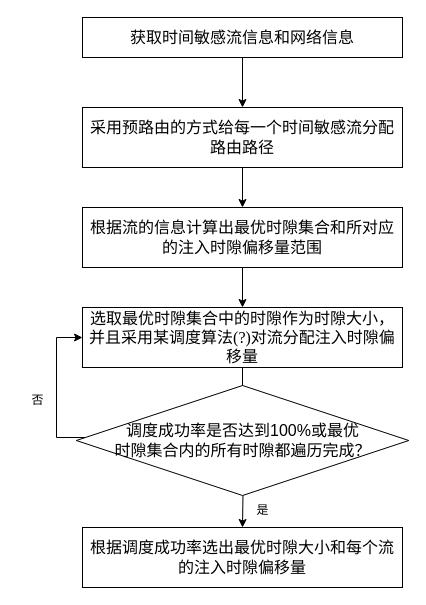
Earlier version of the draw.io diagram 专利.drawio (AliChen0731/First). Source tidied: cells renumbered, new cells numbered last; positions are measured from the earlier drawing's top-left corner, leaving out a move shared by most shapes. Both pictures are drawn from the tidied source at 100%, with x=0, y=0 at pixel (17, 17).
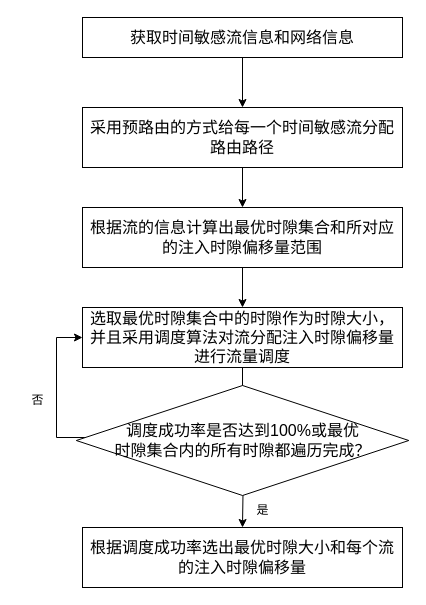
The same page after the edit.

Diff of the diagram source:
```diff
@@
 <mxGraphModel>
   <root>
     <mxCell id="0" />
     <mxCell id="1" parent="0" />
     <mxCell id="2" style="edgeStyle=orthogonalEdgeStyle;rounded=0;jettySize=auto;html=1;" parent="1" edge="1" source="3" target="5">
       <mxGeometry relative="1" as="geometry" />
     </mxCell>
     <mxCell id="3" value="&lt;font face=&quot;Times New Roman&quot; style=&quot;font-size: 16px;&quot;&gt;获取时间敏感流信息和网络信息&lt;/font&gt;" style="rounded=0;whiteSpace=wrap;html=1;" parent="1" vertex="1">
       <mxGeometry x="65" width="320" height="40" as="geometry" />
     </mxCell>
     <mxCell id="4" style="edgeStyle=orthogonalEdgeStyle;rounded=0;jettySize=auto;html=1;" parent="1" edge="1" source="5" target="7">
       <mxGeometry relative="1" as="geometry" />
     </mxCell>
     <mxCell id="5" value="&lt;font face=&quot;Times New Roman&quot; style=&quot;font-size: 16px;&quot;&gt;采用预路由的方式给每一个时间敏感流分配路由路径&lt;/font&gt;" style="whiteSpace=wrap;html=1;rounded=0;" parent="1" vertex="1">
       <mxGeometry x="65" y="90" width="320" height="60" as="geometry" />
     </mxCell>
     <mxCell id="6" style="edgeStyle=orthogonalEdgeStyle;rounded=0;jettySize=auto;html=1;" parent="1" edge="1" source="7" target="9">
       <mxGeometry relative="1" as="geometry" />
     </mxCell>
     <mxCell id="7" value="&lt;font face=&quot;Times New Roman&quot; style=&quot;font-size: 16px;&quot;&gt;根据流的信息计算出最优时隙集合和所对应的注入时隙偏移量范围&lt;/font&gt;" style="whiteSpace=wrap;html=1;rounded=0;" parent="1" vertex="1">
       <mxGeometry x="65" y="190" width="320" height="60" as="geometry" />
     </mxCell>
     <mxCell id="8" style="edgeStyle=orthogonalEdgeStyle;rounded=0;jettySize=auto;html=1;entryX=0.5;entryY=0;entryDx=0;entryDy=0;" parent="1" edge="1" source="9" target="13">
       <mxGeometry relative="1" as="geometry" />
     </mxCell>
-    <mxCell id="9" value="&lt;font face=&quot;Times New Roman&quot;&gt;&lt;span style=&quot;font-size: 16px;&quot;&gt;选取最优时隙集合中的时隙作为时隙大小，并且采用某调度算法(?)对流分配注入时隙偏移量&lt;/span&gt;&lt;/font&gt;" style="whiteSpace=wrap;html=1;rounded=0;" parent="1" vertex="1">
+    <mxCell id="9" value="&lt;font face=&quot;Times New Roman&quot;&gt;&lt;span style=&quot;font-size: 16px;&quot;&gt;选取最优时隙集合中的时隙作为时隙大小，并且采用调度算法对流分配注入时隙偏移量进行流量调度&lt;/span&gt;&lt;/font&gt;" style="whiteSpace=wrap;html=1;rounded=0;" parent="1" vertex="1">
       <mxGeometry x="65" y="290" width="320" height="60" as="geometry" />
     </mxCell>
     <mxCell id="10" style="edgeStyle=orthogonalEdgeStyle;rounded=0;jettySize=auto;html=1;" parent="1" edge="1" target="11">
       <mxGeometry relative="1" as="geometry">
         <mxPoint x="225" y="440" as="sourcePoint" />
       </mxGeometry>
     </mxCell>
     <mxCell id="11" value="&lt;font face=&quot;Times New Roman&quot;&gt;&lt;span style=&quot;font-size: 16px;&quot;&gt;根据调度成功率选出最优时隙大小和每个流的注入时隙偏移量&lt;/span&gt;&lt;/font&gt;" style="whiteSpace=wrap;html=1;rounded=0;" parent="1" vertex="1">
       <mxGeometry x="65" y="510" width="320" height="60" as="geometry" />
     </mxCell>
     <mxCell id="12" style="edgeStyle=orthogonalEdgeStyle;rounded=0;jettySize=auto;html=1;entryX=0;entryY=0.5;entryDx=0;entryDy=0;" parent="1" edge="1" source="13" target="9">
       <mxGeometry relative="1" as="geometry">
         <Array as="points">
           <mxPoint x="39" y="420" />
           <mxPoint x="39" y="320" />
         </Array>
       </mxGeometry>
     </mxCell>
     <mxCell id="13" value="&lt;font style=&quot;font-size: 16px;&quot;&gt;调度成功率是否达到100%或最优&lt;br&gt;时隙集合内的所有时隙都遍历完成？&lt;br&gt;&lt;/font&gt;" style="rhombus;whiteSpace=wrap;html=1;" parent="1" vertex="1">
       <mxGeometry x="58.8" y="368" width="332.5" height="110" as="geometry" />
     </mxCell>
     <mxCell id="14" value="是" style="text;html=1;align=center;verticalAlign=middle;strokeColor=none;fillColor=none;" parent="1" vertex="1">
       <mxGeometry x="225" y="478" width="40" height="30" as="geometry" />
     </mxCell>
     <mxCell id="15" value="否" style="text;html=1;align=center;verticalAlign=middle;strokeColor=none;fillColor=none;" parent="1" vertex="1">
       <mxGeometry y="368" width="40" height="30" as="geometry" />
     </mxCell>
   </root>
 </mxGraphModel>
```
